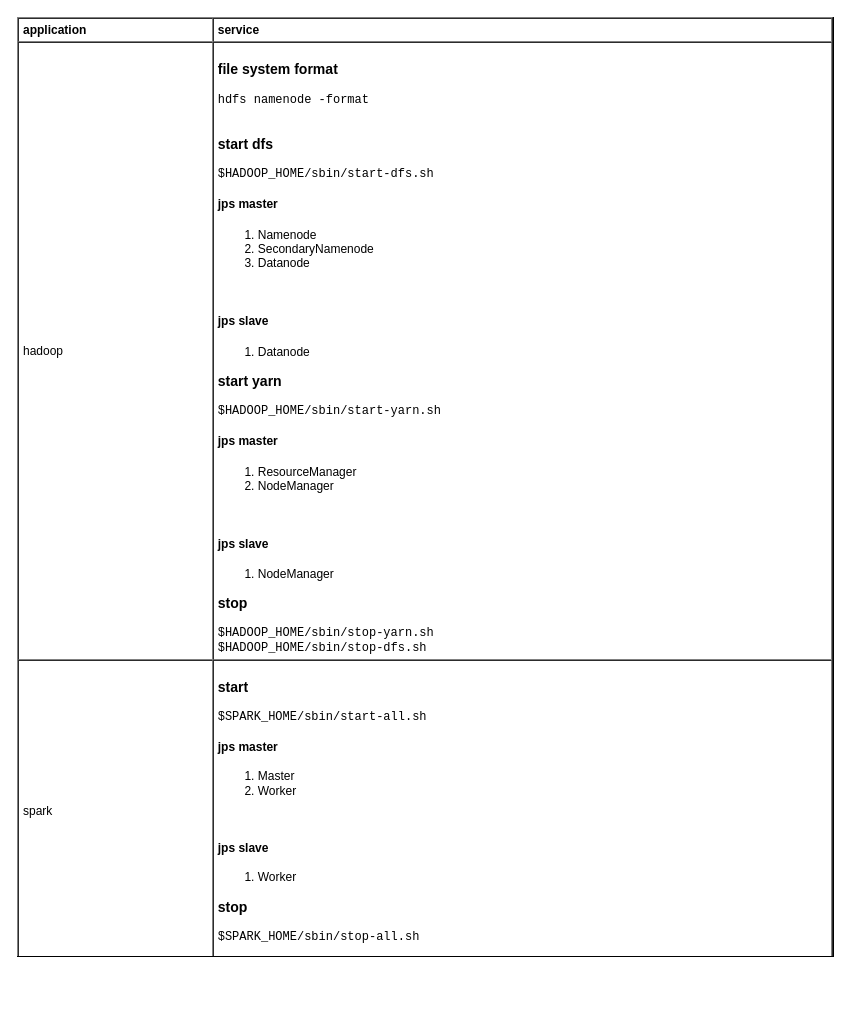
yangdj/tf_docs keeps this draw.io diagram as page "service" (5 of 8) of db/distdb.drawio. Above is the earlier version. Source tidied: cells renumbered, new cells numbered last; positions are measured from the earlier drawing's top-left corner, leaving out a move shared by most shapes. Both pictures are drawn from the tidied source at 100%, with x=0, y=0 at pixel (17, 17).
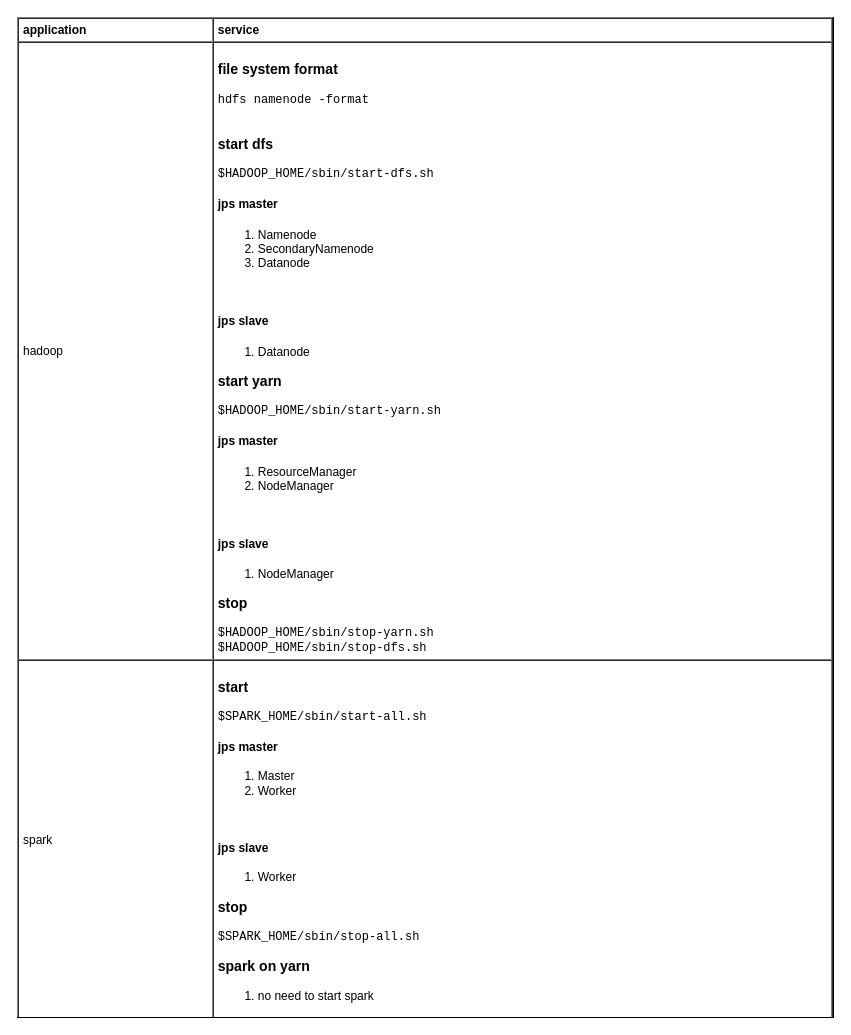
Above is the later version.

What changed in the source:
```diff
@@
 <mxGraphModel>
   <root>
     <mxCell id="0" />
     <mxCell id="1" parent="0" />
-    <mxCell id="2" value="&lt;table cellpadding=&quot;4&quot; cellspacing=&quot;0&quot; border=&quot;1&quot; style=&quot;font-size: 1em ; width: 100% ; height: 100%&quot;&gt;&lt;tbody&gt;&lt;tr&gt;&lt;th&gt;application&lt;/th&gt;&lt;th&gt;service&lt;/th&gt;&lt;/tr&gt;&lt;tr&gt;&lt;td&gt;hadoop&lt;/td&gt;&lt;td&gt;&lt;h3 style=&quot;font-family: &amp;#34;courier new&amp;#34;&quot;&gt;&lt;span style=&quot;font-family: &amp;#34;helvetica&amp;#34; ; text-align: center&quot;&gt;file system format&lt;/span&gt;&lt;/h3&gt;&lt;div style=&quot;font-family: &amp;#34;courier new&amp;#34;&quot;&gt;&lt;span style=&quot;font-family: &amp;#34;courier new&amp;#34;&quot;&gt;hdfs namenode -format&lt;/span&gt;&lt;br&gt;&lt;/div&gt;&lt;div style=&quot;font-family: &amp;#34;courier new&amp;#34;&quot;&gt;&lt;br&gt;&lt;/div&gt;&lt;h3&gt;start dfs&lt;/h3&gt;&lt;div style=&quot;font-family: &amp;#34;courier new&amp;#34;&quot;&gt;&lt;span style=&quot;font-family: &amp;#34;courier new&amp;#34;&quot;&gt;$HADOOP_HOME/sbin/start-dfs.sh&lt;/span&gt;&lt;/div&gt;&lt;div style=&quot;font-family: &amp;#34;courier new&amp;#34;&quot;&gt;&lt;h4 style=&quot;font-family: &amp;#34;helvetica&amp;#34;&quot;&gt;&lt;span style=&quot;font-size: 12px&quot;&gt;jps master&lt;/span&gt;&lt;/h4&gt;&lt;ol style=&quot;font-family: &amp;#34;helvetica&amp;#34;&quot;&gt;&lt;li&gt;Namenode&lt;/li&gt;&lt;li&gt;SecondaryNamenode&lt;/li&gt;&lt;li&gt;Datanode&lt;/li&gt;&lt;/ol&gt;&lt;span style=&quot;font-family: &amp;#34;helvetica&amp;#34;&quot;&gt;&lt;br&gt;&lt;/span&gt;&lt;h4 style=&quot;font-family: &amp;#34;helvetica&amp;#34;&quot;&gt;jps slave&lt;/h4&gt;&lt;ol style=&quot;font-family: &amp;#34;helvetica&amp;#34;&quot;&gt;&lt;li&gt;Datanode&lt;/li&gt;&lt;/ol&gt;&lt;/div&gt;&lt;div style=&quot;font-family: &amp;#34;courier new&amp;#34;&quot;&gt;&lt;h3 style=&quot;font-family: &amp;#34;helvetica&amp;#34;&quot;&gt;start yarn&lt;/h3&gt;&lt;div&gt;&lt;span style=&quot;font-family: &amp;#34;courier new&amp;#34;&quot;&gt;$HADOOP_HOME/sbin/start-yarn.sh&lt;/span&gt;&lt;br&gt;&lt;/div&gt;&lt;div&gt;&lt;h4 style=&quot;font-family: &amp;#34;helvetica&amp;#34;&quot;&gt;&lt;span style=&quot;font-size: 12px&quot;&gt;jps master&lt;/span&gt;&lt;/h4&gt;&lt;ol style=&quot;font-family: &amp;#34;helvetica&amp;#34;&quot;&gt;&lt;li&gt;ResourceManager&lt;/li&gt;&lt;li&gt;NodeManager&lt;/li&gt;&lt;/ol&gt;&lt;span style=&quot;font-family: &amp;#34;helvetica&amp;#34;&quot;&gt;&lt;br&gt;&lt;/span&gt;&lt;h4 style=&quot;font-family: &amp;#34;helvetica&amp;#34;&quot;&gt;&lt;span style=&quot;font-size: 12px&quot;&gt;jps slave&lt;/span&gt;&lt;/h4&gt;&lt;ol style=&quot;font-family: &amp;#34;helvetica&amp;#34;&quot;&gt;&lt;li&gt;NodeManager&lt;/li&gt;&lt;/ol&gt;&lt;/div&gt;&lt;/div&gt;&lt;div style=&quot;font-family: &amp;#34;courier new&amp;#34;&quot;&gt;&lt;h3 style=&quot;font-family: &amp;#34;helvetica&amp;#34;&quot;&gt;stop&lt;/h3&gt;&lt;div&gt;&lt;span style=&quot;font-family: &amp;#34;courier new&amp;#34; ; font-size: 1em&quot;&gt;$HADOOP_HOME/sbin/stop-yarn.sh&lt;/span&gt;&lt;br&gt;&lt;/div&gt;&lt;div&gt;&lt;div&gt;&lt;div&gt;$HADOOP_HOME/sbin/stop-dfs.sh&lt;/div&gt;&lt;div&gt;&lt;/div&gt;&lt;/div&gt;&lt;div&gt;&lt;/div&gt;&lt;/div&gt;&lt;/div&gt;&lt;/td&gt;&lt;/tr&gt;&lt;tr&gt;&lt;td&gt;spark&lt;/td&gt;&lt;td&gt;&lt;h3 style=&quot;font-family: &amp;#34;helvetica&amp;#34;&quot;&gt;start&lt;/h3&gt;&lt;h3&gt;&lt;div style=&quot;font-family: &amp;#34;courier new&amp;#34; ; font-size: 12px ; font-weight: 400&quot;&gt;&lt;span style=&quot;font-family: &amp;#34;courier new&amp;#34;&quot;&gt;$SPARK_HOME/sbin/start-all.sh&lt;/span&gt;&lt;br&gt;&lt;/div&gt;&lt;/h3&gt;&lt;h3&gt;&lt;span style=&quot;font-size: 12px&quot;&gt;jps master&lt;/span&gt;&lt;/h3&gt;&lt;h3&gt;&lt;div style=&quot;font-family: &amp;#34;courier new&amp;#34; ; font-size: 12px ; font-weight: 400&quot;&gt;&lt;ol style=&quot;font-family: &amp;#34;helvetica&amp;#34;&quot;&gt;&lt;li&gt;Master&lt;/li&gt;&lt;li&gt;Worker&lt;/li&gt;&lt;/ol&gt;&lt;span style=&quot;font-family: &amp;#34;helvetica&amp;#34;&quot;&gt;&lt;br&gt;&lt;/span&gt;&lt;/div&gt;&lt;/h3&gt;&lt;h3&gt;&lt;span style=&quot;font-size: 12px&quot;&gt;jps slave&lt;/span&gt;&lt;/h3&gt;&lt;h3&gt;&lt;div style=&quot;font-family: &amp;#34;courier new&amp;#34; ; font-size: 12px ; font-weight: 400&quot;&gt;&lt;ol style=&quot;font-family: &amp;#34;helvetica&amp;#34;&quot;&gt;&lt;li&gt;Worker&lt;/li&gt;&lt;/ol&gt;&lt;/div&gt;&lt;/h3&gt;&lt;h3 style=&quot;font-family: &amp;#34;helvetica&amp;#34;&quot;&gt;stop&lt;/h3&gt;&lt;h3&gt;&lt;div style=&quot;font-family: &amp;#34;courier new&amp;#34; ; font-size: 12px ; font-weight: 400&quot;&gt;&lt;span style=&quot;font-family: &amp;#34;courier new&amp;#34;&quot;&gt;$SPARK_HOME/sbin/stop-all.sh&lt;/span&gt;&lt;br&gt;&lt;/div&gt;&lt;/h3&gt;&lt;/td&gt;&lt;/tr&gt;&lt;/tbody&gt;&lt;/table&gt; " style="verticalAlign=top;align=left;overflow=fill;fontSize=12;fontFamily=Helvetica;html=1;fillColor=none;" parent="1" vertex="1">
-      <mxGeometry width="816" height="939" as="geometry" />
+    <mxCell id="2" value="&lt;table cellpadding=&quot;4&quot; cellspacing=&quot;0&quot; border=&quot;1&quot; style=&quot;font-size: 1em ; width: 100% ; height: 100%&quot;&gt;&lt;tbody&gt;&lt;tr&gt;&lt;th&gt;application&lt;/th&gt;&lt;th&gt;service&lt;/th&gt;&lt;/tr&gt;&lt;tr&gt;&lt;td&gt;hadoop&lt;/td&gt;&lt;td&gt;&lt;h3 style=&quot;font-family: &amp;#34;courier new&amp;#34;&quot;&gt;&lt;span style=&quot;font-family: &amp;#34;helvetica&amp;#34; ; text-align: center&quot;&gt;file system format&lt;/span&gt;&lt;/h3&gt;&lt;div style=&quot;font-family: &amp;#34;courier new&amp;#34;&quot;&gt;&lt;span style=&quot;font-family: &amp;#34;courier new&amp;#34;&quot;&gt;hdfs namenode -format&lt;/span&gt;&lt;br&gt;&lt;/div&gt;&lt;div style=&quot;font-family: &amp;#34;courier new&amp;#34;&quot;&gt;&lt;br&gt;&lt;/div&gt;&lt;h3&gt;start dfs&lt;/h3&gt;&lt;div style=&quot;font-family: &amp;#34;courier new&amp;#34;&quot;&gt;&lt;span style=&quot;font-family: &amp;#34;courier new&amp;#34;&quot;&gt;$HADOOP_HOME/sbin/start-dfs.sh&lt;/span&gt;&lt;/div&gt;&lt;div style=&quot;font-family: &amp;#34;courier new&amp;#34;&quot;&gt;&lt;h4 style=&quot;font-family: &amp;#34;helvetica&amp;#34;&quot;&gt;&lt;span style=&quot;font-size: 12px&quot;&gt;jps master&lt;/span&gt;&lt;/h4&gt;&lt;ol style=&quot;font-family: &amp;#34;helvetica&amp;#34;&quot;&gt;&lt;li&gt;Namenode&lt;/li&gt;&lt;li&gt;SecondaryNamenode&lt;/li&gt;&lt;li&gt;Datanode&lt;/li&gt;&lt;/ol&gt;&lt;span style=&quot;font-family: &amp;#34;helvetica&amp;#34;&quot;&gt;&lt;br&gt;&lt;/span&gt;&lt;h4 style=&quot;font-family: &amp;#34;helvetica&amp;#34;&quot;&gt;jps slave&lt;/h4&gt;&lt;ol style=&quot;font-family: &amp;#34;helvetica&amp;#34;&quot;&gt;&lt;li&gt;Datanode&lt;/li&gt;&lt;/ol&gt;&lt;/div&gt;&lt;div style=&quot;font-family: &amp;#34;courier new&amp;#34;&quot;&gt;&lt;h3 style=&quot;font-family: &amp;#34;helvetica&amp;#34;&quot;&gt;start yarn&lt;/h3&gt;&lt;div&gt;&lt;span style=&quot;font-family: &amp;#34;courier new&amp;#34;&quot;&gt;$HADOOP_HOME/sbin/start-yarn.sh&lt;/span&gt;&lt;br&gt;&lt;/div&gt;&lt;div&gt;&lt;h4 style=&quot;font-family: &amp;#34;helvetica&amp;#34;&quot;&gt;&lt;span style=&quot;font-size: 12px&quot;&gt;jps master&lt;/span&gt;&lt;/h4&gt;&lt;ol style=&quot;font-family: &amp;#34;helvetica&amp;#34;&quot;&gt;&lt;li&gt;ResourceManager&lt;/li&gt;&lt;li&gt;NodeManager&lt;/li&gt;&lt;/ol&gt;&lt;span style=&quot;font-family: &amp;#34;helvetica&amp;#34;&quot;&gt;&lt;br&gt;&lt;/span&gt;&lt;h4 style=&quot;font-family: &amp;#34;helvetica&amp;#34;&quot;&gt;&lt;span style=&quot;font-size: 12px&quot;&gt;jps slave&lt;/span&gt;&lt;/h4&gt;&lt;ol style=&quot;font-family: &amp;#34;helvetica&amp;#34;&quot;&gt;&lt;li&gt;NodeManager&lt;/li&gt;&lt;/ol&gt;&lt;/div&gt;&lt;/div&gt;&lt;div style=&quot;font-family: &amp;#34;courier new&amp;#34;&quot;&gt;&lt;h3 style=&quot;font-family: &amp;#34;helvetica&amp;#34;&quot;&gt;stop&lt;/h3&gt;&lt;div&gt;&lt;span style=&quot;font-family: &amp;#34;courier new&amp;#34; ; font-size: 1em&quot;&gt;$HADOOP_HOME/sbin/stop-yarn.sh&lt;/span&gt;&lt;br&gt;&lt;/div&gt;&lt;div&gt;&lt;div&gt;&lt;div&gt;$HADOOP_HOME/sbin/stop-dfs.sh&lt;/div&gt;&lt;div&gt;&lt;/div&gt;&lt;/div&gt;&lt;div&gt;&lt;/div&gt;&lt;/div&gt;&lt;/div&gt;&lt;/td&gt;&lt;/tr&gt;&lt;tr&gt;&lt;td&gt;spark&lt;/td&gt;&lt;td&gt;&lt;h3 style=&quot;font-family: &amp;#34;helvetica&amp;#34;&quot;&gt;start&lt;/h3&gt;&lt;h3&gt;&lt;div style=&quot;font-family: &amp;#34;courier new&amp;#34; ; font-size: 12px ; font-weight: 400&quot;&gt;&lt;span style=&quot;font-family: &amp;#34;courier new&amp;#34;&quot;&gt;$SPARK_HOME/sbin/start-all.sh&lt;/span&gt;&lt;br&gt;&lt;/div&gt;&lt;/h3&gt;&lt;h3&gt;&lt;span style=&quot;font-size: 12px&quot;&gt;jps master&lt;/span&gt;&lt;/h3&gt;&lt;h3&gt;&lt;div style=&quot;font-family: &amp;#34;courier new&amp;#34; ; font-size: 12px ; font-weight: 400&quot;&gt;&lt;ol style=&quot;font-family: &amp;#34;helvetica&amp;#34;&quot;&gt;&lt;li&gt;Master&lt;/li&gt;&lt;li&gt;Worker&lt;/li&gt;&lt;/ol&gt;&lt;span style=&quot;font-family: &amp;#34;helvetica&amp;#34;&quot;&gt;&lt;br&gt;&lt;/span&gt;&lt;/div&gt;&lt;/h3&gt;&lt;h3&gt;&lt;span style=&quot;font-size: 12px&quot;&gt;jps slave&lt;/span&gt;&lt;/h3&gt;&lt;h3&gt;&lt;div style=&quot;font-family: &amp;#34;courier new&amp;#34; ; font-size: 12px ; font-weight: 400&quot;&gt;&lt;ol style=&quot;font-family: &amp;#34;helvetica&amp;#34;&quot;&gt;&lt;li&gt;Worker&lt;/li&gt;&lt;/ol&gt;&lt;/div&gt;&lt;/h3&gt;&lt;h3 style=&quot;font-family: &amp;#34;helvetica&amp;#34;&quot;&gt;stop&lt;/h3&gt;&lt;h3&gt;&lt;div style=&quot;font-family: &amp;#34;courier new&amp;#34; ; font-size: 12px ; font-weight: 400&quot;&gt;&lt;span style=&quot;font-family: &amp;#34;courier new&amp;#34;&quot;&gt;$SPARK_HOME/sbin/stop-all.sh&lt;/span&gt;&lt;/div&gt;&lt;/h3&gt;&lt;h3&gt;spark on yarn&lt;/h3&gt;&lt;div&gt;&lt;ol&gt;&lt;li&gt;no need to start spark&lt;/li&gt;&lt;/ol&gt;&lt;/div&gt;&lt;/td&gt;&lt;/tr&gt;&lt;/tbody&gt;&lt;/table&gt; " style="verticalAlign=top;align=left;overflow=fill;fontSize=12;fontFamily=Helvetica;html=1;fillColor=none;" parent="1" vertex="1">
+      <mxGeometry width="816" height="1000" as="geometry" />
     </mxCell>
   </root>
 </mxGraphModel>
```
